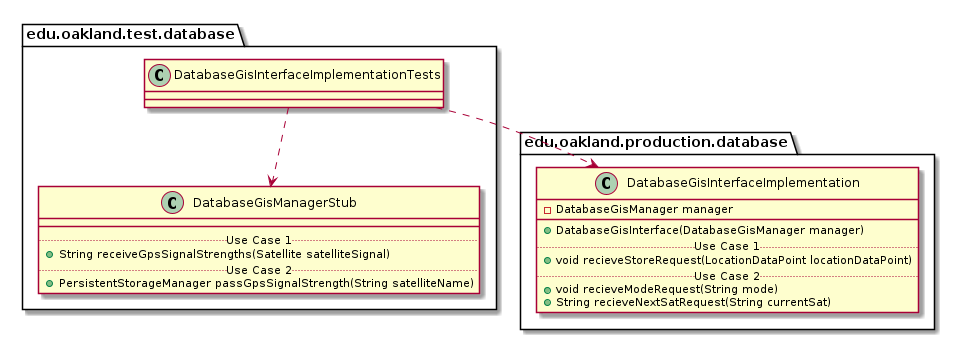
andrewdimmer/csi-3370-software-project keeps this PlantUML diagram as docs/uml-class-diagrams/database/test/DatabaseGisInterfaceImplementationTests/DatabaseGisInterfaceImplementationTests_DirectDependencies.png. Above is the earlier version.
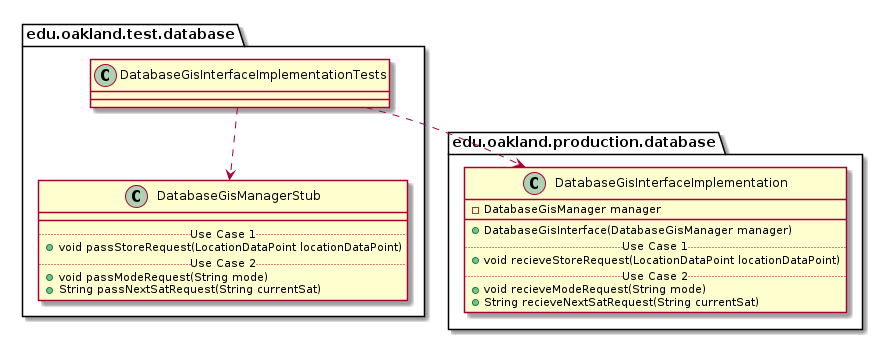
The same file after the commit.

The edit, as a diff of the source:
```diff
@@ -13,9 +13,10 @@
     class DatabaseGisManagerStub {
         __
         .. Use Case 1 ..
-        + String receiveGpsSignalStrengths(Satellite satelliteSignal)
+        + void passStoreRequest(LocationDataPoint locationDataPoint)
         .. Use Case 2 ..
-        + PersistentStorageManager passGpsSignalStrength(String satelliteName)
+        + void passModeRequest(String mode)
+        + String passNextSatRequest(String currentSat)
     }
 }
 
```
